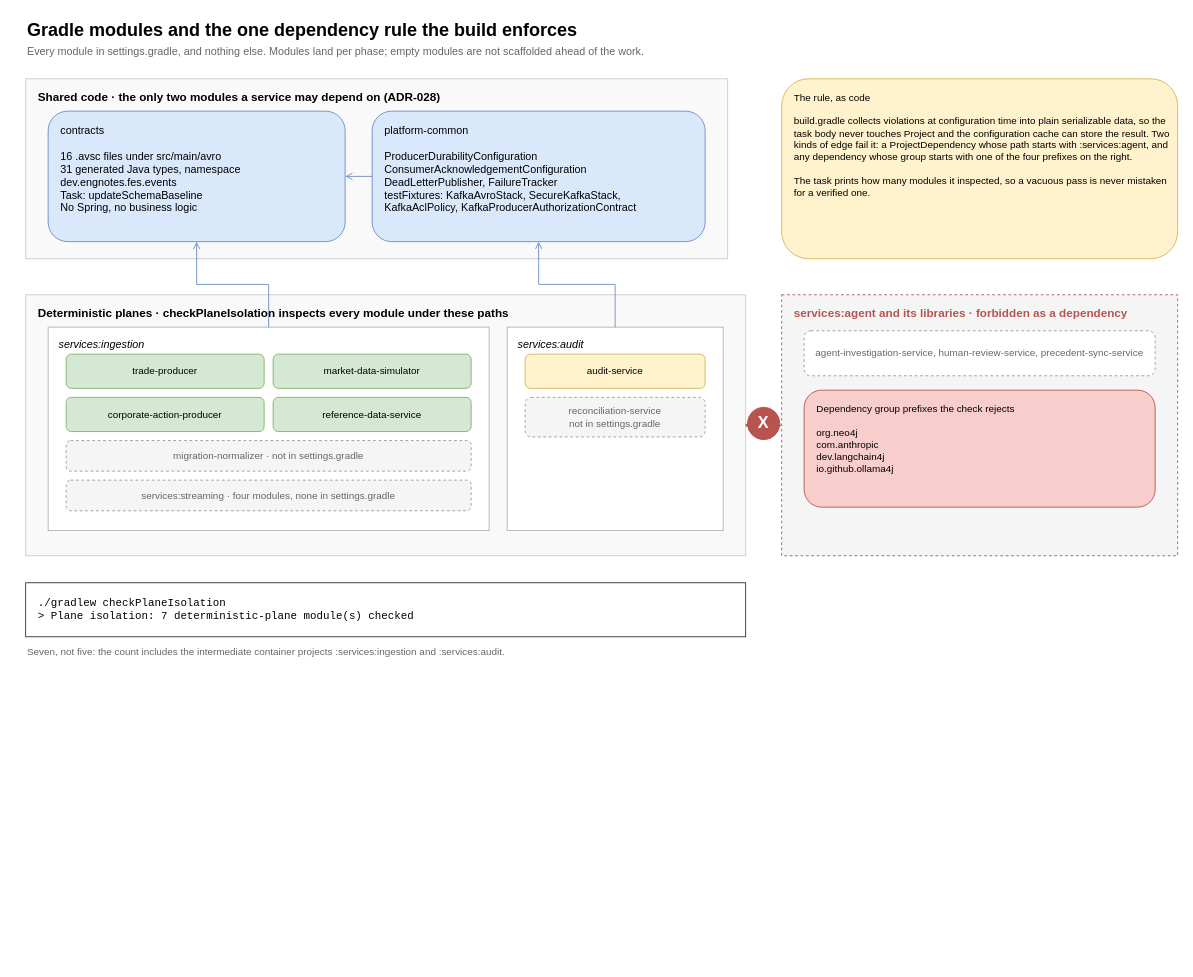
salgotraja/financial-event-streaming-platform keeps this draw.io diagram as guide/docs/diagrams/modules.drawio. Above is the earlier version. Source tidied: cells renumbered, new cells numbered last; positions are measured from the earlier drawing's top-left corner, leaving out a move shared by most shapes. Both pictures are drawn from the tidied source at 90%, with x=0, y=0 at pixel (25, 15).
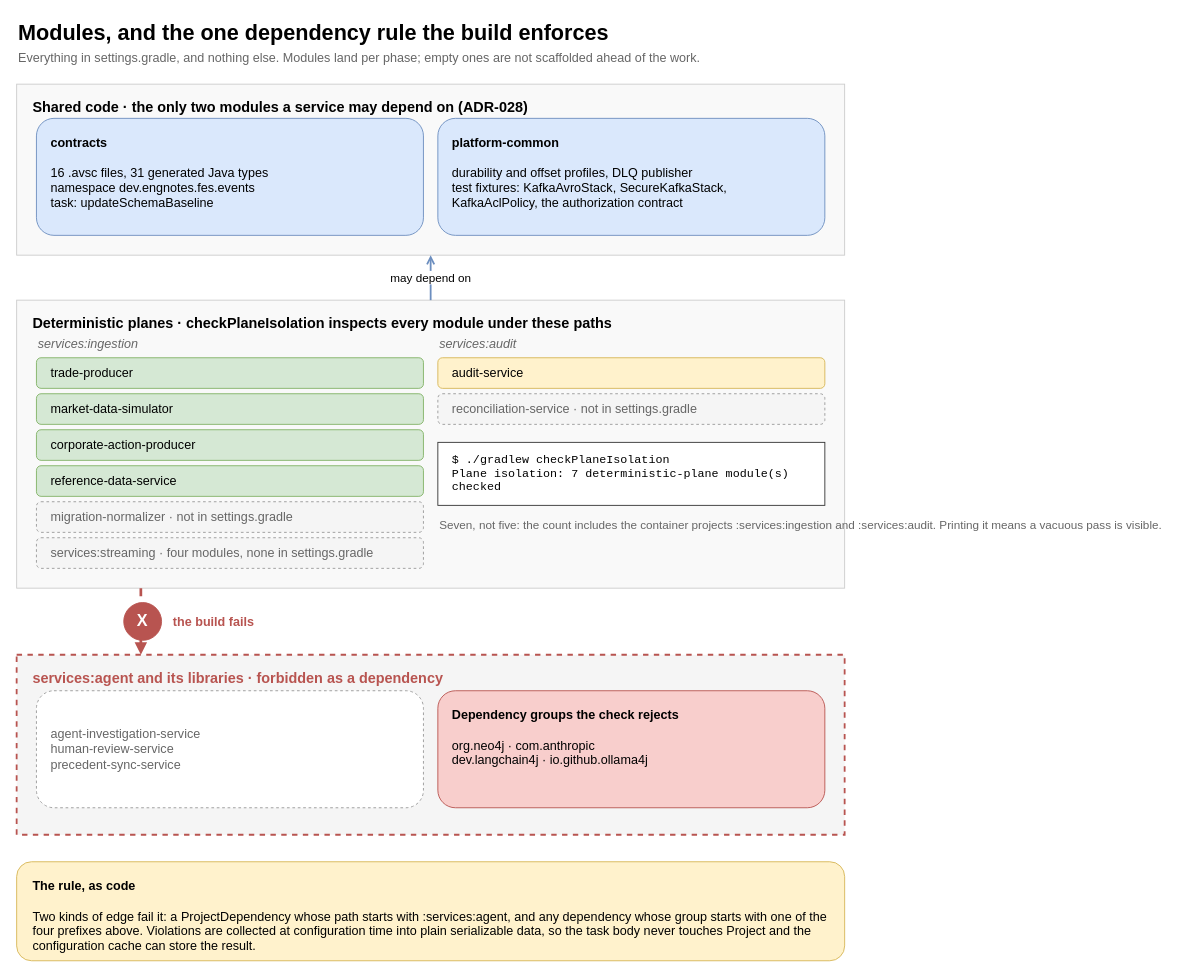
The same diagram, later.

The edit, as a diff of the source:
```diff
@@
-    <mxCell id="2" value="Gradle modules and the one dependency rule the build enforces" style="text;html=1;strokeColor=none;fillColor=none;align=left;verticalAlign=middle;fontSize=20;fontStyle=1;" parent="1" vertex="1">
-      <mxGeometry width="900" height="30" as="geometry" />
+    <mxCell id="2" value="Modules, and the one dependency rule the build enforces" style="text;html=1;strokeColor=none;fillColor=none;align=left;verticalAlign=middle;fontSize=24;fontStyle=1;" parent="1" vertex="1">
+      <mxGeometry x="-10" y="2" width="920" height="34" as="geometry" />
     </mxCell>
-    <mxCell id="3" value="Every module in settings.gradle, and nothing else. Modules land per phase; empty modules are not scaffolded ahead of the work." style="text;html=1;strokeColor=none;fillColor=none;align=left;verticalAlign=middle;fontSize=12;fontColor=#666666;" parent="1" vertex="1">
-      <mxGeometry y="30" width="1100" height="20" as="geometry" />
+    <mxCell id="3" value="Everything in settings.gradle, and nothing else. Modules land per phase; empty ones are not scaffolded ahead of the work." style="text;html=1;strokeColor=none;fillColor=none;align=left;verticalAlign=middle;fontSize=14;fontColor=#666666;" parent="1" vertex="1">
+      <mxGeometry x="-10" y="36" width="920" height="22" as="geometry" />
     </mxCell>
-    <mxCell id="4" value="Shared code · the only two modules a service may depend on (ADR-028)" style="rounded=0;whiteSpace=wrap;html=1;fillColor=#f9f9f9;strokeColor=#cccccc;verticalAlign=top;align=left;spacingLeft=12;spacingTop=6;fontSize=13;fontStyle=1;" parent="1" vertex="1">
-      <mxGeometry y="70" width="780" height="200" as="geometry" />
+    <mxCell id="4" value="Shared code · the only two modules a service may depend on (ADR-028)" style="rounded=0;whiteSpace=wrap;html=1;fillColor=#f9f9f9;strokeColor=#cccccc;verticalAlign=top;align=left;spacingLeft=16;spacingTop=10;fontSize=16;fontStyle=1;" parent="1" vertex="1">
+      <mxGeometry x="-10" y="76" width="920" height="190" as="geometry" />
     </mxCell>
-    <mxCell id="5" value="contracts&#10;&#10;16 .avsc files under src/main/avro&#10;31 generated Java types, namespace dev.engnotes.fes.events&#10;Task: updateSchemaBaseline&#10;No Spring, no business logic" style="rounded=1;whiteSpace=wrap;html=1;fillColor=#dae8fc;strokeColor=#6c8ebf;fontSize=12;align=left;spacingLeft=12;verticalAlign=top;spacingTop=8;" parent="1" vertex="1">
-      <mxGeometry x="25" y="106" width="330" height="145" as="geometry" />
+    <mxCell id="5" value="&lt;b&gt;contracts&lt;/b&gt;&lt;br&gt;&lt;br&gt;16 .avsc files, 31 generated Java types&lt;br&gt;namespace dev.engnotes.fes.events&lt;br&gt;task: updateSchemaBaseline" style="rounded=1;whiteSpace=wrap;html=1;fillColor=#dae8fc;strokeColor=#6c8ebf;fontSize=14;align=left;spacingLeft=14;verticalAlign=top;spacingTop=12;" parent="1" vertex="1">
+      <mxGeometry x="12" y="114" width="430" height="130" as="geometry" />
     </mxCell>
-    <mxCell id="6" value="platform-common&#10;&#10;ProducerDurabilityConfiguration&#10;ConsumerAcknowledgementConfiguration&#10;DeadLetterPublisher, FailureTracker&#10;testFixtures: KafkaAvroStack, SecureKafkaStack,&#10;KafkaAclPolicy, KafkaProducerAuthorizationContract" style="rounded=1;whiteSpace=wrap;html=1;fillColor=#dae8fc;strokeColor=#6c8ebf;fontSize=12;align=left;spacingLeft=12;verticalAlign=top;spacingTop=8;" parent="1" vertex="1">
-      <mxGeometry x="385" y="106" width="370" height="145" as="geometry" />
+    <mxCell id="6" value="&lt;b&gt;platform-common&lt;/b&gt;&lt;br&gt;&lt;br&gt;durability and offset profiles, DLQ publisher&lt;br&gt;test fixtures: KafkaAvroStack, SecureKafkaStack,&lt;br&gt;KafkaAclPolicy, the authorization contract" style="rounded=1;whiteSpace=wrap;html=1;fillColor=#dae8fc;strokeColor=#6c8ebf;fontSize=14;align=left;spacingLeft=14;verticalAlign=top;spacingTop=12;" parent="1" vertex="1">
+      <mxGeometry x="458" y="114" width="430" height="130" as="geometry" />
     </mxCell>
-    <mxCell id="7" value="Deterministic planes · checkPlaneIsolation inspects every module under these paths" style="rounded=0;whiteSpace=wrap;html=1;fillColor=#f9f9f9;strokeColor=#cccccc;verticalAlign=top;align=left;spacingLeft=12;spacingTop=6;fontSize=13;fontStyle=1;" parent="1" vertex="1">
-      <mxGeometry y="310" width="800" height="290" as="geometry" />
+    <mxCell id="7" value="Deterministic planes · checkPlaneIsolation inspects every module under these paths" style="rounded=0;whiteSpace=wrap;html=1;fillColor=#f9f9f9;strokeColor=#cccccc;verticalAlign=top;align=left;spacingLeft=16;spacingTop=10;fontSize=16;fontStyle=1;" parent="1" vertex="1">
+      <mxGeometry x="-10" y="316" width="920" height="320" as="geometry" />
     </mxCell>
-    <mxCell id="8" value="services:ingestion" style="rounded=0;whiteSpace=wrap;html=1;fillColor=#ffffff;strokeColor=#b3b3b3;verticalAlign=top;align=left;spacingLeft=10;spacingTop=6;fontSize=12;fontStyle=2;" parent="1" vertex="1">
-      <mxGeometry x="25" y="346" width="490" height="226" as="geometry" />
+    <mxCell id="8" value="services:ingestion" style="text;html=1;strokeColor=none;fillColor=none;align=left;verticalAlign=middle;fontSize=14;fontStyle=2;fontColor=#666666;" parent="1" vertex="1">
+      <mxGeometry x="12" y="354" width="400" height="22" as="geometry" />
     </mxCell>
-    <mxCell id="9" value="trade-producer" style="rounded=1;whiteSpace=wrap;html=1;fillColor=#d5e8d4;strokeColor=#82b366;fontSize=11;" parent="1" vertex="1">
-      <mxGeometry x="45" y="376" width="220" height="38" as="geometry" />
+    <mxCell id="9" value="trade-producer" style="rounded=1;whiteSpace=wrap;html=1;fillColor=#d5e8d4;strokeColor=#82b366;fontSize=14;align=left;spacingLeft=14;" parent="1" vertex="1">
+      <mxGeometry x="12" y="380" width="430" height="34" as="geometry" />
     </mxCell>
-    <mxCell id="10" value="market-data-simulator" style="rounded=1;whiteSpace=wrap;html=1;fillColor=#d5e8d4;strokeColor=#82b366;fontSize=11;" parent="1" vertex="1">
-      <mxGeometry x="275" y="376" width="220" height="38" as="geometry" />
+    <mxCell id="10" value="market-data-simulator" style="rounded=1;whiteSpace=wrap;html=1;fillColor=#d5e8d4;strokeColor=#82b366;fontSize=14;align=left;spacingLeft=14;" parent="1" vertex="1">
+      <mxGeometry x="12" y="420" width="430" height="34" as="geometry" />
     </mxCell>
-    <mxCell id="11" value="corporate-action-producer" style="rounded=1;whiteSpace=wrap;html=1;fillColor=#d5e8d4;strokeColor=#82b366;fontSize=11;" parent="1" vertex="1">
-      <mxGeometry x="45" y="424" width="220" height="38" as="geometry" />
+    <mxCell id="11" value="corporate-action-producer" style="rounded=1;whiteSpace=wrap;html=1;fillColor=#d5e8d4;strokeColor=#82b366;fontSize=14;align=left;spacingLeft=14;" parent="1" vertex="1">
+      <mxGeometry x="12" y="460" width="430" height="34" as="geometry" />
     </mxCell>
-    <mxCell id="12" value="reference-data-service" style="rounded=1;whiteSpace=wrap;html=1;fillColor=#d5e8d4;strokeColor=#82b366;fontSize=11;" parent="1" vertex="1">
-      <mxGeometry x="275" y="424" width="220" height="38" as="geometry" />
+    <mxCell id="12" value="reference-data-service" style="rounded=1;whiteSpace=wrap;html=1;fillColor=#d5e8d4;strokeColor=#82b366;fontSize=14;align=left;spacingLeft=14;" parent="1" vertex="1">
+      <mxGeometry x="12" y="500" width="430" height="34" as="geometry" />
     </mxCell>
-    <mxCell id="13" value="migration-normalizer · not in settings.gradle" style="rounded=1;whiteSpace=wrap;html=1;fillColor=#f5f5f5;strokeColor=#999999;fontColor=#666666;dashed=1;fontSize=11;" parent="1" vertex="1">
-      <mxGeometry x="45" y="472" width="450" height="34" as="geometry" />
+    <mxCell id="13" value="migration-normalizer · not in settings.gradle" style="rounded=1;whiteSpace=wrap;html=1;fillColor=#f5f5f5;strokeColor=#999999;fontColor=#666666;dashed=1;fontSize=14;align=left;spacingLeft=14;" parent="1" vertex="1">
+      <mxGeometry x="12" y="540" width="430" height="34" as="geometry" />
     </mxCell>
-    <mxCell id="14" value="services:streaming · four modules, none in settings.gradle" style="rounded=1;whiteSpace=wrap;html=1;fillColor=#f5f5f5;strokeColor=#999999;fontColor=#666666;dashed=1;fontSize=11;" parent="1" vertex="1">
-      <mxGeometry x="45" y="516" width="450" height="34" as="geometry" />
+    <mxCell id="14" value="services:streaming · four modules, none in settings.gradle" style="rounded=1;whiteSpace=wrap;html=1;fillColor=#f5f5f5;strokeColor=#999999;fontColor=#666666;dashed=1;fontSize=14;align=left;spacingLeft=14;" parent="1" vertex="1">
+      <mxGeometry x="12" y="580" width="430" height="34" as="geometry" />
     </mxCell>
-    <mxCell id="15" value="services:audit" style="rounded=0;whiteSpace=wrap;html=1;fillColor=#ffffff;strokeColor=#b3b3b3;verticalAlign=top;align=left;spacingLeft=10;spacingTop=6;fontSize=12;fontStyle=2;" parent="1" vertex="1">
-      <mxGeometry x="535" y="346" width="240" height="226" as="geometry" />
+    <mxCell id="15" value="services:audit" style="text;html=1;strokeColor=none;fillColor=none;align=left;verticalAlign=middle;fontSize=14;fontStyle=2;fontColor=#666666;" parent="1" vertex="1">
+      <mxGeometry x="458" y="354" width="400" height="22" as="geometry" />
     </mxCell>
-    <mxCell id="16" value="audit-service" style="rounded=1;whiteSpace=wrap;html=1;fillColor=#fff2cc;strokeColor=#d6b656;fontSize=11;" parent="1" vertex="1">
-      <mxGeometry x="555" y="376" width="200" height="38" as="geometry" />
+    <mxCell id="16" value="audit-service" style="rounded=1;whiteSpace=wrap;html=1;fillColor=#fff2cc;strokeColor=#d6b656;fontSize=14;align=left;spacingLeft=14;" parent="1" vertex="1">
+      <mxGeometry x="458" y="380" width="430" height="34" as="geometry" />
     </mxCell>
-    <mxCell id="17" value="reconciliation-service&#10;not in settings.gradle" style="rounded=1;whiteSpace=wrap;html=1;fillColor=#f5f5f5;strokeColor=#999999;fontColor=#666666;dashed=1;fontSize=11;" parent="1" vertex="1">
-      <mxGeometry x="555" y="424" width="200" height="44" as="geometry" />
-    </mxCell>
+    <mxCell id="29" value="reconciliation-service · not in settings.gradle" style="rounded=1;whiteSpace=wrap;html=1;fillColor=#f5f5f5;strokeColor=#999999;fontColor=#666666;dashed=1;fontSize=14;align=left;spacingLeft=14;" parent="1" vertex="1">
+      <mxGeometry x="458" y="420" width="430" height="34" as="geometry" />
+    </mxCell>
+    <mxCell id="27" value="$ ./gradlew checkPlaneIsolation&lt;br&gt;Plane isolation: 7 deterministic-plane module(s) checked" style="rounded=0;whiteSpace=wrap;html=1;fillColor=#ffffff;strokeColor=#333333;align=left;spacingLeft=14;fontSize=13;fontFamily=Courier New;verticalAlign=middle;" parent="1" vertex="1">
+      <mxGeometry x="458" y="474" width="430" height="70" as="geometry" />
+    </mxCell>
+    <mxCell id="28" value="Seven, not five: the count includes the container projects :services:ingestion and :services:audit. Printing it means a vacuous pass is visible." style="text;html=1;strokeColor=none;fillColor=none;align=left;verticalAlign=top;fontSize=13;fontColor=#666666;" parent="1" vertex="1">
+      <mxGeometry x="458" y="552" width="430" height="60" as="geometry" />
+    </mxCell>
+    <mxCell id="21" value="may depend on" style="edgeStyle=orthogonalEdgeStyle;rounded=0;html=1;strokeColor=#6c8ebf;endArrow=open;strokeWidth=2;fontSize=13;" parent="1" edge="1" source="7" target="4">
+      <mxGeometry relative="1" as="geometry" />
+    </mxCell>
-    <mxCell id="18" value="services:agent and its libraries · forbidden as a dependency" style="rounded=0;whiteSpace=wrap;html=1;fillColor=#f5f5f5;strokeColor=#b85450;dashed=1;verticalAlign=top;align=left;spacingLeft=12;spacingTop=6;fontSize=13;fontStyle=1;fontColor=#b85450;" parent="1" vertex="1">
-      <mxGeometry x="840" y="310" width="440" height="290" as="geometry" />
+    <mxCell id="18" value="services:agent and its libraries · forbidden as a dependency" style="rounded=0;whiteSpace=wrap;html=1;fillColor=#f5f5f5;strokeColor=#b85450;dashed=1;strokeWidth=2;verticalAlign=top;align=left;spacingLeft=16;spacingTop=10;fontSize=16;fontStyle=1;fontColor=#b85450;" parent="1" vertex="1">
+      <mxGeometry x="-10" y="710" width="920" height="200" as="geometry" />
     </mxCell>
-    <mxCell id="19" value="agent-investigation-service, human-review-service, precedent-sync-service" style="rounded=1;whiteSpace=wrap;html=1;fillColor=#ffffff;strokeColor=#999999;fontColor=#666666;dashed=1;fontSize=11;" parent="1" vertex="1">
-      <mxGeometry x="865" y="350" width="390" height="50" as="geometry" />
-    </mxCell>
-    <mxCell id="20" value="Dependency group prefixes the check rejects&#10;&#10;org.neo4j&#10;com.anthropic&#10;dev.langchain4j&#10;io.github.ollama4j" style="rounded=1;whiteSpace=wrap;html=1;fillColor=#f8cecc;strokeColor=#b85450;fontSize=11;align=left;spacingLeft=12;verticalAlign=top;spacingTop=8;" parent="1" vertex="1">
-      <mxGeometry x="865" y="416" width="390" height="130" as="geometry" />
-    </mxCell>
-    <mxCell id="21" style="edgeStyle=orthogonalEdgeStyle;rounded=0;html=1;strokeColor=#6c8ebf;endArrow=open;dashed=0;" parent="1" edge="1" source="8" target="5">
-      <mxGeometry relative="1" as="geometry" />
-    </mxCell>
-    <mxCell id="22" style="edgeStyle=orthogonalEdgeStyle;rounded=0;html=1;strokeColor=#6c8ebf;endArrow=open;" parent="1" edge="1" source="15" target="6">
-      <mxGeometry relative="1" as="geometry" />
-    </mxCell>
-    <mxCell id="23" style="edgeStyle=orthogonalEdgeStyle;rounded=0;html=1;strokeColor=#6c8ebf;endArrow=open;" parent="1" edge="1" source="6" target="5">
-      <mxGeometry relative="1" as="geometry" />
-    </mxCell>
+    <mxCell id="30" value="agent-investigation-service&lt;br&gt;human-review-service&lt;br&gt;precedent-sync-service" style="rounded=1;whiteSpace=wrap;html=1;fillColor=#ffffff;strokeColor=#999999;fontColor=#666666;dashed=1;fontSize=14;align=left;spacingLeft=14;verticalAlign=middle;" parent="1" vertex="1">
+      <mxGeometry x="12" y="750" width="430" height="130" as="geometry" />
+    </mxCell>
+    <mxCell id="31" value="&lt;b&gt;Dependency groups the check rejects&lt;/b&gt;&lt;br&gt;&lt;br&gt;org.neo4j · com.anthropic&lt;br&gt;dev.langchain4j · io.github.ollama4j" style="rounded=1;whiteSpace=wrap;html=1;fillColor=#f8cecc;strokeColor=#b85450;fontSize=14;align=left;spacingLeft=14;verticalAlign=top;spacingTop=12;" parent="1" vertex="1">
+      <mxGeometry x="458" y="750" width="430" height="130" as="geometry" />
+    </mxCell>
-    <mxCell id="24" style="edgeStyle=orthogonalEdgeStyle;rounded=0;html=1;strokeColor=#b85450;strokeWidth=3;endArrow=block;dashed=1;" parent="1" edge="1" source="7" target="18">
+    <mxCell id="24" style="edgeStyle=orthogonalEdgeStyle;rounded=0;html=1;strokeColor=#b85450;strokeWidth=3;endArrow=block;dashed=1;fontSize=14;fontStyle=1;fontColor=#b85450;exitX=0.15;exitY=1;exitDx=0;exitDy=0;entryX=0.15;entryY=0;entryDx=0;entryDy=0;" parent="1" edge="1" source="7" target="18">
       <mxGeometry relative="1" as="geometry" />
     </mxCell>
     <mxCell id="25" value="X" style="ellipse;whiteSpace=wrap;html=1;fillColor=#b85450;strokeColor=#b85450;fontColor=#ffffff;fontSize=18;fontStyle=1;" parent="1" vertex="1">
-      <mxGeometry x="802" y="435" width="36" height="36" as="geometry" />
+      <mxGeometry x="109" y="652" width="42" height="42" as="geometry" />
     </mxCell>
+    <mxCell id="32" value="the build fails" style="text;html=1;strokeColor=none;fillColor=none;align=left;verticalAlign=middle;fontSize=14;fontStyle=1;fontColor=#b85450;" parent="1" vertex="1">
+      <mxGeometry x="162" y="652" width="300" height="42" as="geometry" />
+    </mxCell>
-    <mxCell id="26" value="The rule, as code&#10;&#10;build.gradle collects violations at configuration time into plain serializable data, so the task body never touches Project and the configuration cache can store the result. Two kinds of edge fail it: a ProjectDependency whose path starts with :services:agent, and any dependency whose group starts with one of the four prefixes on the right.&#10;&#10;The task prints how many modules it inspected, so a vacuous pass is never mistaken for a verified one." style="rounded=1;whiteSpace=wrap;html=1;fillColor=#fff2cc;strokeColor=#d6b656;align=left;spacingLeft=12;verticalAlign=top;spacingTop=8;fontSize=11;" parent="1" vertex="1">
-      <mxGeometry x="840" y="70" width="440" height="200" as="geometry" />
+    <mxCell id="26" value="&lt;b&gt;The rule, as code&lt;/b&gt;&lt;br&gt;&lt;br&gt;Two kinds of edge fail it: a ProjectDependency whose path starts with :services:agent, and any dependency whose group starts with one of the four prefixes above. Violations are collected at configuration time into plain serializable data, so the task body never touches Project and the configuration cache can store the result." style="rounded=1;whiteSpace=wrap;html=1;fillColor=#fff2cc;strokeColor=#d6b656;align=left;spacingLeft=16;verticalAlign=top;spacingTop=12;fontSize=14;" parent="1" vertex="1">
+      <mxGeometry x="-10" y="940" width="920" height="110" as="geometry" />
     </mxCell>
-    <mxCell id="27" value="./gradlew checkPlaneIsolation&#10;&gt; Plane isolation: 7 deterministic-plane module(s) checked" style="rounded=0;whiteSpace=wrap;html=1;fillColor=#ffffff;strokeColor=#333333;align=left;spacingLeft=12;fontSize=12;fontFamily=Courier New;" parent="1" vertex="1">
-      <mxGeometry y="630" width="800" height="60" as="geometry" />
-    </mxCell>
-    <mxCell id="28" value="Seven, not five: the count includes the intermediate container projects :services:ingestion and :services:audit." style="text;html=1;strokeColor=none;fillColor=none;align=left;verticalAlign=top;fontSize=11;fontColor=#666666;" parent="1" vertex="1">
-      <mxGeometry y="694" width="800" height="30" as="geometry" />
-    </mxCell>
```
